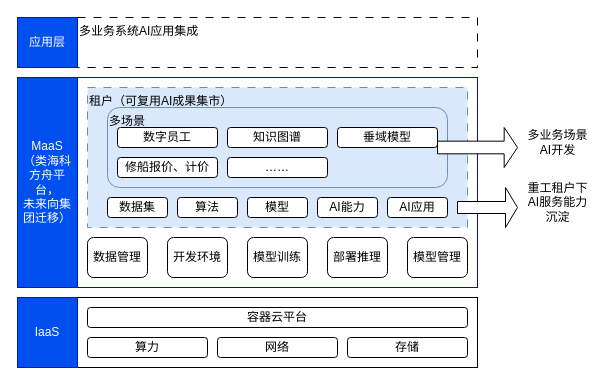
This is page "第 2 页" (2 of 2) of 大语言模型技术架构.drawio from blackdreamzg/bak, a draw.io file, before an edit. Source tidied: cells renumbered, new cells numbered last; positions are measured from the earlier drawing's top-left corner, leaving out a move shared by most shapes. Both pictures are drawn from the tidied source at 100%, with x=0, y=0 at pixel (17, 17).
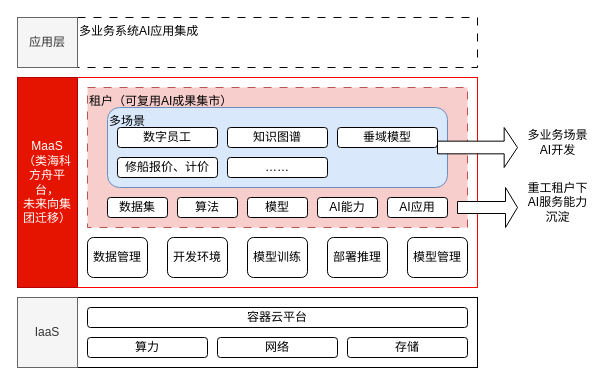
After the change.

Commit message:
更新大语言模型技术架构.drawio

Diff of the diagram source:
```diff
@@
-    <mxCell id="3" style="rounded=0;whiteSpace=wrap;html=1;strokeColor=#0000FF;" parent="1" vertex="1">
+    <mxCell id="3" style="rounded=0;whiteSpace=wrap;html=1;strokeColor=#FF0000;" parent="1" vertex="1">
       <mxGeometry x="60" y="60" width="400" height="210" as="geometry" />
     </mxCell>
-    <mxCell id="4" value="租户（可复用AI成果集市）" style="rounded=0;whiteSpace=wrap;html=1;dashed=1;dashPattern=8 8;verticalAlign=top;align=left;fillColor=#dae8fc;strokeColor=#6c8ebf;" parent="1" vertex="1">
+    <mxCell id="4" value="租户（可复用AI成果集市）" style="rounded=0;whiteSpace=wrap;html=1;dashed=1;dashPattern=8 8;verticalAlign=top;align=left;fillColor=#f8cecc;strokeColor=#b85450;" parent="1" vertex="1">
       <mxGeometry x="70" y="70" width="380" height="140" as="geometry" />
     </mxCell>
@@
-    <mxCell id="6" value="IaaS" style="rounded=0;whiteSpace=wrap;html=1;fillColor=#0050ef;fontColor=#ffffff;strokeColor=#001DBC;" parent="1" vertex="1">
+    <mxCell id="6" value="IaaS" style="rounded=0;whiteSpace=wrap;html=1;fillColor=#f5f5f5;fontColor=#333333;strokeColor=#666666;" parent="1" vertex="1">
       <mxGeometry y="280" width="60" height="70" as="geometry" />
     </mxCell>
@@
-    <mxCell id="11" value="MaaS&lt;div&gt;&lt;font style=&quot;color: rgb(255, 255, 255);&quot;&gt;（&lt;span style=&quot;text-align: left;&quot;&gt;类海科方舟平台，&lt;br&gt;&lt;/span&gt;&lt;span style=&quot;text-align: left; background-color: transparent;&quot;&gt;未来向集团迁移&lt;/span&gt;）&lt;/font&gt;&lt;/div&gt;" style="rounded=0;whiteSpace=wrap;html=1;fillColor=#0050ef;fontColor=#ffffff;strokeColor=#001DBC;" parent="1" vertex="1">
+    <mxCell id="11" value="MaaS&lt;div&gt;&lt;font style=&quot;color: rgb(255, 255, 255);&quot;&gt;（&lt;span style=&quot;text-align: left;&quot;&gt;类海科方舟平台，&lt;br&gt;&lt;/span&gt;&lt;span style=&quot;text-align: left; background-color: transparent;&quot;&gt;未来向集团迁移&lt;/span&gt;）&lt;/font&gt;&lt;/div&gt;" style="rounded=0;whiteSpace=wrap;html=1;fillColor=#e51400;fontColor=#ffffff;strokeColor=#B20000;" parent="1" vertex="1">
       <mxGeometry y="60" width="60" height="210" as="geometry" />
     </mxCell>
@@
-    <mxCell id="23" value="应用层" style="rounded=0;whiteSpace=wrap;html=1;fillColor=#0050ef;fontColor=#ffffff;strokeColor=#001DBC;" parent="1" vertex="1">
+    <mxCell id="23" value="应用层" style="rounded=0;whiteSpace=wrap;html=1;fillColor=#f5f5f5;fontColor=#333333;strokeColor=#666666;" parent="1" vertex="1">
       <mxGeometry width="60" height="50" as="geometry" />
     </mxCell>
```
